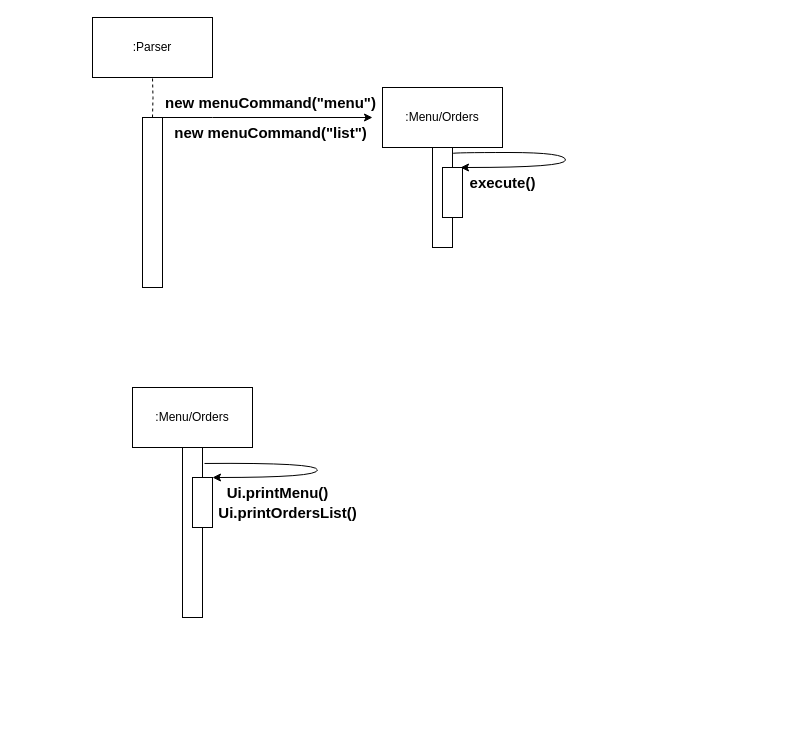
Above: UMLdiagrams/MenuAndOrdersSequenceDiagram/MenuAndOrdersSequenceDiagram.drawio in thaddyyz/tp (draw.io), before the change. Source tidied: cells renumbered, new cells numbered last; positions are measured from the earlier drawing's top-left corner, leaving out a move shared by most shapes. Both pictures are drawn from the tidied source at 100%, with x=0, y=0 at pixel (92, 17).
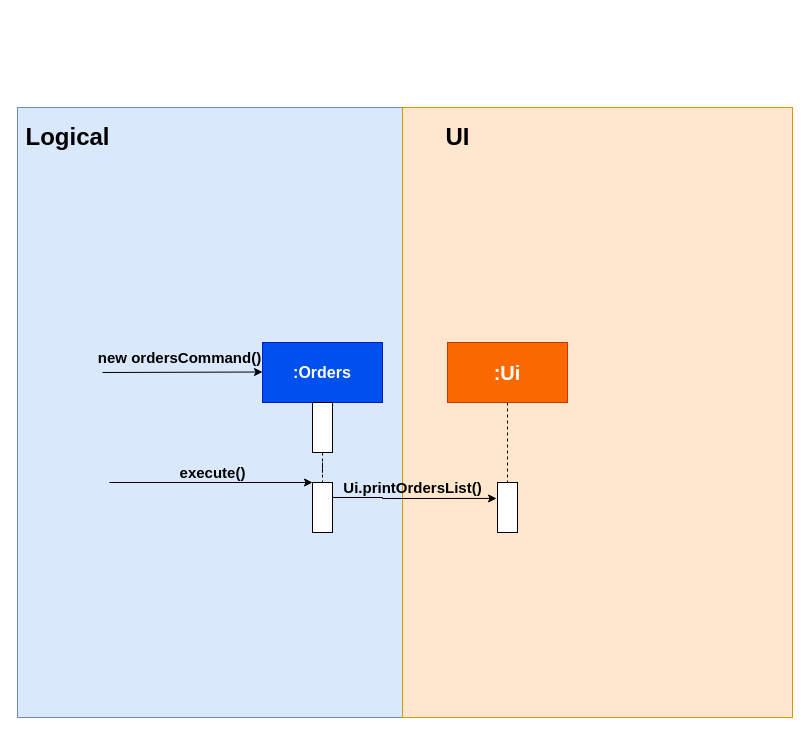
The same page after the edit.

Diff of the diagram source:
```diff
@@
-    <mxCell id="2" value=":Parser" style="rounded=0;whiteSpace=wrap;html=1;" parent="1" vertex="1">
-      <mxGeometry width="120" height="60" as="geometry" />
-    </mxCell>
-    <mxCell id="3" value=":Menu/Orders" style="rounded=0;whiteSpace=wrap;html=1;" parent="1" vertex="1">
-      <mxGeometry x="40" y="370" width="120" height="60" as="geometry" />
-    </mxCell>
-    <mxCell id="4" style="endArrow=none;dashed=1;html=1;rounded=0;edgeStyle=orthogonalEdgeStyle;entryX=0.5;entryY=1;entryDx=0;entryDy=0;" parent="1" edge="1" target="2">
-      <mxGeometry relative="1" as="geometry">
-        <mxPoint x="60" y="100" as="sourcePoint" />
-      </mxGeometry>
-    </mxCell>
-    <mxCell id="5" style="rounded=0;whiteSpace=wrap;html=1;" parent="1" vertex="1">
-      <mxGeometry x="50" y="100" width="20" height="170" as="geometry" />
-    </mxCell>
+    <mxCell id="20" style="rounded=0;whiteSpace=wrap;html=1;fontSize=15;fillColor=#dae8fc;strokeColor=#6c8ebf;" parent="1" vertex="1">
+      <mxGeometry x="-75" y="90" width="390" height="610" as="geometry" />
+    </mxCell>
+    <mxCell id="21" style="rounded=0;whiteSpace=wrap;html=1;fontSize=15;fillColor=#ffe6cc;strokeColor=#d79b00;" parent="1" vertex="1">
+      <mxGeometry x="310" y="90" width="390" height="610" as="geometry" />
+    </mxCell>
-    <mxCell id="6" style="endArrow=classic;html=1;rounded=0;edgeStyle=orthogonalEdgeStyle;exitX=1;exitY=0;exitDx=0;exitDy=0;" parent="1" edge="1" source="5">
+    <mxCell id="6" style="endArrow=classic;html=1;rounded=0;edgeStyle=orthogonalEdgeStyle;" parent="1" edge="1">
       <mxGeometry relative="1" as="geometry">
-        <mxPoint x="280" y="100" as="targetPoint" />
+        <mxPoint x="10" y="355" as="sourcePoint" />
+        <mxPoint x="170" y="354.5" as="targetPoint" />
         <Array as="points">
-          <mxPoint x="120" y="100" />
-          <mxPoint x="120" y="100" />
+          <mxPoint x="10" y="354.5" />
+          <mxPoint x="10" y="354.5" />
         </Array>
       </mxGeometry>
     </mxCell>
-    <mxCell id="7" style="rounded=0;whiteSpace=wrap;html=1;" parent="1" vertex="1">
-      <mxGeometry x="90" y="430" width="20" height="170" as="geometry" />
-    </mxCell>
-    <mxCell id="8" value="new menuCommand(&quot;menu&quot;)" style="text;strokeColor=none;fillColor=none;html=1;fontSize=15;fontStyle=1;verticalAlign=middle;align=center;" parent="1" vertex="1">
-      <mxGeometry x="148" y="70" width="60" height="30" as="geometry" />
-    </mxCell>
-    <mxCell id="9" value="new menuCommand(&quot;list&quot;)" style="text;strokeColor=none;fillColor=none;html=1;fontSize=15;fontStyle=1;verticalAlign=middle;align=center;" parent="1" vertex="1">
-      <mxGeometry x="148" y="100" width="60" height="30" as="geometry" />
-    </mxCell>
-    <mxCell id="10" value="Ui.printMenu()" style="text;strokeColor=none;fillColor=none;html=1;fontSize=15;fontStyle=1;verticalAlign=middle;align=center;" parent="1" vertex="1">
-      <mxGeometry x="155" y="460" width="60" height="30" as="geometry" />
-    </mxCell>
+    <mxCell id="14" value="&lt;font style=&quot;font-size: 16px&quot;&gt;&lt;b&gt;:Orders&lt;/b&gt;&lt;/font&gt;" style="rounded=0;whiteSpace=wrap;html=1;fillColor=#0050ef;strokeColor=#001DBC;fontColor=#ffffff;" parent="1" vertex="1">
+      <mxGeometry x="170" y="325" width="120" height="60" as="geometry" />
+    </mxCell>
+    <mxCell id="22" style="edgeStyle=orthogonalEdgeStyle;rounded=0;jettySize=auto;html=1;entryX=0.5;entryY=0;entryDx=0;entryDy=0;dashed=1;endArrow=none;endFill=0;" parent="1" edge="1" source="15" target="27">
+      <mxGeometry relative="1" as="geometry" />
+    </mxCell>
+    <mxCell id="15" style="rounded=0;whiteSpace=wrap;html=1;" parent="1" vertex="1">
+      <mxGeometry x="220" y="385" width="20" height="50" as="geometry" />
+    </mxCell>
+    <mxCell id="19" value="new ordersCommand()" style="text;strokeColor=none;fillColor=none;html=1;fontSize=15;fontStyle=1;verticalAlign=middle;align=center;" parent="1" vertex="1">
+      <mxGeometry x="57" y="325" width="60" height="30" as="geometry" />
+    </mxCell>
+    <mxCell id="23" style="edgeStyle=orthogonalEdgeStyle;rounded=0;jettySize=auto;html=1;endArrow=none;endFill=0;dashed=1;entryX=0.5;entryY=0;entryDx=0;entryDy=0;" parent="1" edge="1" source="24" target="25">
+      <mxGeometry relative="1" as="geometry" />
+    </mxCell>
+    <mxCell id="24" value="&lt;b&gt;&lt;font style=&quot;font-size: 20px&quot; color=&quot;#ffffff&quot;&gt;:Ui&lt;/font&gt;&lt;/b&gt;" style="rounded=0;whiteSpace=wrap;html=1;fillColor=#fa6800;strokeColor=#C73500;fontColor=#000000;" parent="1" vertex="1">
+      <mxGeometry x="355" y="325" width="120" height="60" as="geometry" />
+    </mxCell>
+    <mxCell id="25" style="rounded=0;whiteSpace=wrap;html=1;" parent="1" vertex="1">
+      <mxGeometry x="405" y="465" width="20" height="50" as="geometry" />
+    </mxCell>
+    <mxCell id="26" style="edgeStyle=orthogonalEdgeStyle;rounded=0;jettySize=auto;html=1;endArrow=classic;endFill=1;exitX=1;exitY=0;exitDx=0;exitDy=0;entryX=-0.047;entryY=0.319;entryDx=0;entryDy=0;entryPerimeter=0;" parent="1" edge="1" target="25">
+      <mxGeometry relative="1" as="geometry">
+        <mxPoint x="240" y="480" as="sourcePoint" />
+        <Array as="points">
+          <mxPoint x="290" y="480" />
+        </Array>
+      </mxGeometry>
+    </mxCell>
+    <mxCell id="27" style="rounded=0;whiteSpace=wrap;html=1;" parent="1" vertex="1">
+      <mxGeometry x="220" y="465" width="20" height="50" as="geometry" />
+    </mxCell>
     <mxCell id="11" value="Ui.printOrdersList()" style="text;strokeColor=none;fillColor=none;html=1;fontSize=15;fontStyle=1;verticalAlign=middle;align=center;" parent="1" vertex="1">
-      <mxGeometry x="165" y="480" width="60" height="30" as="geometry" />
+      <mxGeometry x="270" y="450" width="100" height="40" as="geometry" />
     </mxCell>
-    <mxCell id="12" style="rounded=0;whiteSpace=wrap;html=1;" parent="1" vertex="1">
-      <mxGeometry x="100" y="460" width="20" height="50" as="geometry" />
-    </mxCell>
-    <mxCell id="13" style="curved=1;endArrow=classic;html=1;rounded=0;edgeStyle=orthogonalEdgeStyle;exitX=1.1;exitY=0.094;exitDx=0;exitDy=0;exitPerimeter=0;entryX=1;entryY=0;entryDx=0;entryDy=0;" parent="1" edge="1" source="7" target="12">
-      <mxGeometry relative="1" as="geometry">
-        <Array as="points">
-          <mxPoint x="225" y="445" />
-          <mxPoint x="225" y="460" />
-        </Array>
-      </mxGeometry>
-    </mxCell>
-    <mxCell id="14" value=":Menu/Orders" style="rounded=0;whiteSpace=wrap;html=1;" parent="1" vertex="1">
-      <mxGeometry x="290" y="70" width="120" height="60" as="geometry" />
-    </mxCell>
-    <mxCell id="15" style="rounded=0;whiteSpace=wrap;html=1;" parent="1" vertex="1">
-      <mxGeometry x="340" y="130" width="20" height="100" as="geometry" />
-    </mxCell>
-    <mxCell id="16" style="rounded=0;whiteSpace=wrap;html=1;" parent="1" vertex="1">
-      <mxGeometry x="350" y="150" width="20" height="50" as="geometry" />
-    </mxCell>
-    <mxCell id="17" style="edgeStyle=orthogonalEdgeStyle;rounded=0;orthogonalLoop=1;jettySize=auto;html=1;exitX=1;exitY=0.5;exitDx=0;exitDy=0;entryX=1;entryY=0;entryDx=0;entryDy=0;dashed=1;endArrow=none;endFill=0;" parent="1" edge="1" source="16" target="16">
-      <mxGeometry relative="1" as="geometry" />
-    </mxCell>
-    <mxCell id="18" style="curved=1;endArrow=classic;html=1;rounded=0;edgeStyle=orthogonalEdgeStyle;exitX=1.1;exitY=0.094;exitDx=0;exitDy=0;exitPerimeter=0;entryX=1;entryY=0;entryDx=0;entryDy=0;" parent="1" edge="1">
-      <mxGeometry relative="1" as="geometry">
-        <mxPoint x="360" y="136" as="sourcePoint" />
-        <mxPoint x="368" y="150" as="targetPoint" />
-        <Array as="points">
-          <mxPoint x="473" y="135" />
-          <mxPoint x="473" y="150" />
-        </Array>
-      </mxGeometry>
-    </mxCell>
-    <mxCell id="19" value="execute()" style="text;strokeColor=none;fillColor=none;html=1;fontSize=15;fontStyle=1;verticalAlign=middle;align=center;" parent="1" vertex="1">
-      <mxGeometry x="380" y="150" width="60" height="30" as="geometry" />
-    </mxCell>
+    <mxCell id="28" style="endArrow=classic;html=1;rounded=0;fontSize=15;edgeStyle=orthogonalEdgeStyle;" parent="1" edge="1">
+      <mxGeometry relative="1" as="geometry">
+        <mxPoint x="17" y="465" as="sourcePoint" />
+        <mxPoint x="220" y="465" as="targetPoint" />
+      </mxGeometry>
+    </mxCell>
+    <mxCell id="29" value="execute()" style="text;strokeColor=none;fillColor=none;html=1;fontSize=15;fontStyle=1;verticalAlign=middle;align=center;" parent="1" vertex="1">
+      <mxGeometry x="90" y="440" width="60" height="30" as="geometry" />
+    </mxCell>
+    <mxCell id="30" value="Logical" style="text;strokeColor=none;fillColor=none;html=1;fontSize=24;fontStyle=1;verticalAlign=middle;align=center;" parent="1" vertex="1">
+      <mxGeometry x="-75" y="100" width="100" height="40" as="geometry" />
+    </mxCell>
+    <mxCell id="31" value="UI" style="text;strokeColor=none;fillColor=none;html=1;fontSize=24;fontStyle=1;verticalAlign=middle;align=center;" parent="1" vertex="1">
+      <mxGeometry x="315" y="100" width="100" height="40" as="geometry" />
+    </mxCell>
```
